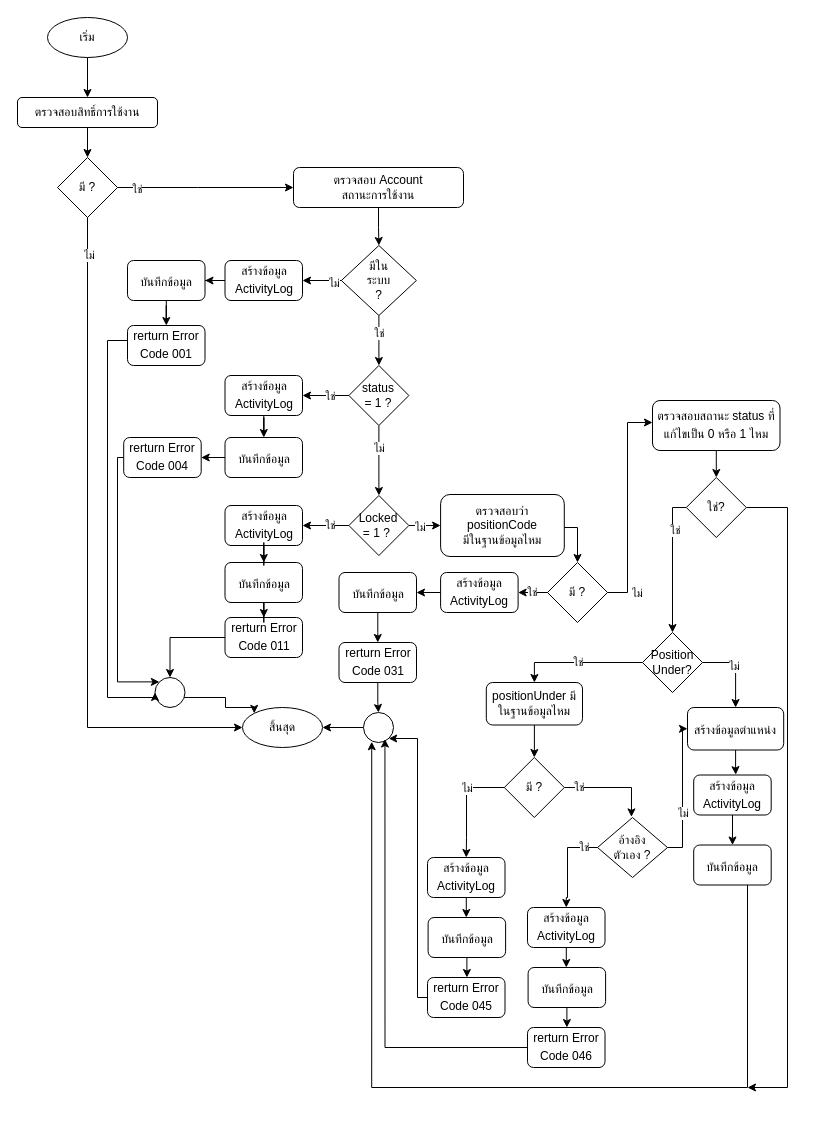
This is page "หน้า-4" (4 of 4) of Position.drawio from charifrodmanee/charifrodmanee, a draw.io file, before an edit. Source tidied: cells renumbered, new cells numbered last; positions are measured from the earlier drawing's top-left corner, leaving out a move shared by most shapes. Both pictures are drawn from the tidied source at 100%, with x=0, y=0 at pixel (17, 17).
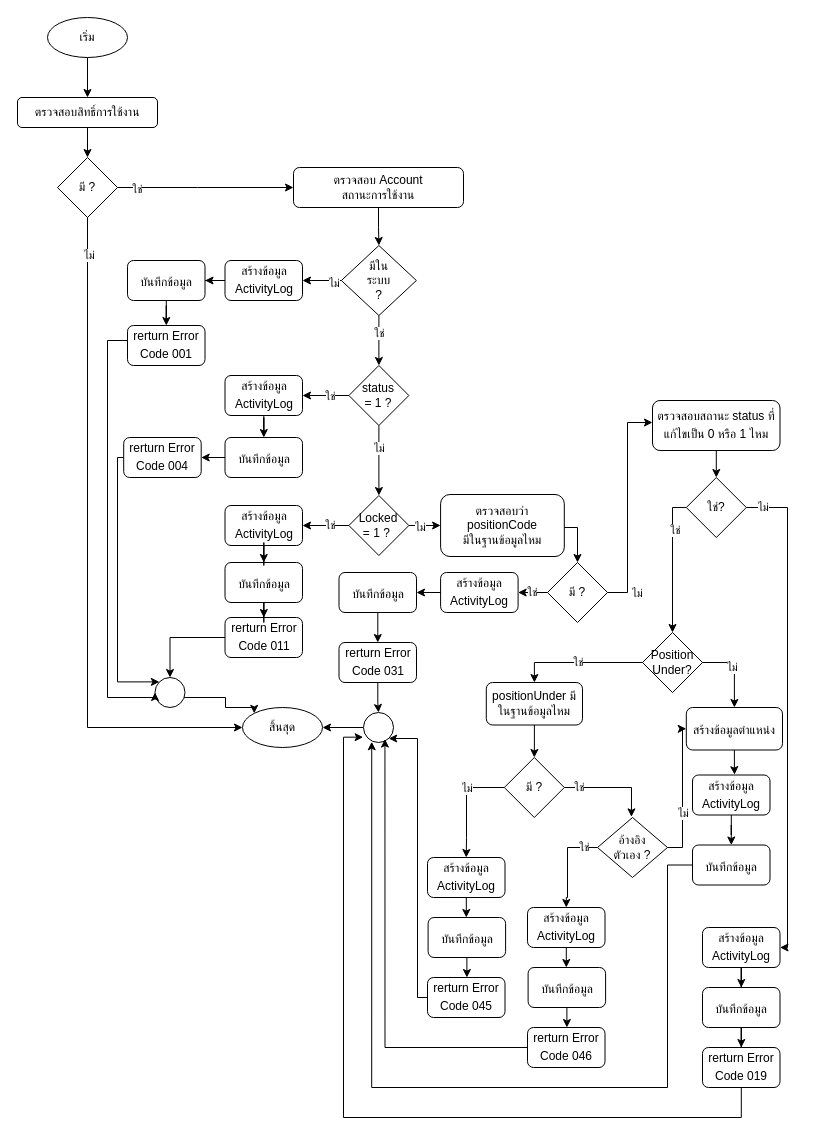
After the change.

The change refers to these unchanged cells:
```xml
<mxCell id="19" style="ellipse;whiteSpace=wrap;html=1;" parent="1" vertex="1">
  <mxGeometry x="346" y="695" width="30" height="30" as="geometry" />
</mxCell>
<mxCell id="96" value="บันทึกข้อมูล&lt;span style=&quot;font-size: medium; text-align: start;&quot;&gt;&lt;/span&gt;" style="rounded=1;whiteSpace=wrap;html=1;" parent="92" vertex="1">
  <mxGeometry x="6.2" y="137.5" width="77.5" height="40" as="geometry" />
</mxCell>
<mxCell id="105" value="ใช่?" style="rhombus;whiteSpace=wrap;html=1;" parent="1" vertex="1">
  <mxGeometry x="668.8" y="460" width="60" height="60" as="geometry" />
</mxCell>
```

Diff of the diagram source:
```diff
@@
     <mxCell id="91" style="edgeStyle=orthogonalEdgeStyle;rounded=0;jettySize=auto;html=1;entryX=0.274;entryY=0.975;entryDx=0;entryDy=0;entryPerimeter=0;" parent="1" edge="1" source="96" target="19">
       <mxGeometry relative="1" as="geometry">
         <Array as="points">
-          <mxPoint x="730" y="1070" />
+          <mxPoint x="650" y="848" />
+          <mxPoint x="650" y="1070" />
           <mxPoint x="354" y="1070" />
         </Array>
       </mxGeometry>
     </mxCell>
     <mxCell id="92" style="group;" parent="1" vertex="1">
-      <mxGeometry x="670" y="690" width="96.2" height="177.5" as="geometry" />
+      <mxGeometry x="668.8" y="690" width="96.2" height="177.5" as="geometry" />
     </mxCell>
@@
-    <mxCell id="104" style="edgeStyle=orthogonalEdgeStyle;rounded=0;jettySize=auto;html=1;" parent="1" edge="1" source="105">
-      <mxGeometry relative="1" as="geometry">
-        <mxPoint x="730" y="1070" as="targetPoint" />
-        <Array as="points">
-          <mxPoint x="770" y="490" />
-          <mxPoint x="770" y="1070" />
-        </Array>
-      </mxGeometry>
-    </mxCell>
+    <mxCell id="106" style="edgeStyle=orthogonalEdgeStyle;rounded=0;jettySize=auto;html=1;entryX=1;entryY=0.5;entryDx=0;entryDy=0;" parent="1" edge="1" source="105" target="109">
+      <mxGeometry relative="1" as="geometry">
+        <Array as="points">
+          <mxPoint x="770" y="490" />
+          <mxPoint x="770" y="930" />
+        </Array>
+      </mxGeometry>
+    </mxCell>
+    <mxCell id="107" value="ไม่" style="edgeLabel;html=1;align=center;verticalAlign=middle;" parent="106" vertex="1">
+      <mxGeometry x="-0.93" y="1" relative="1" as="geometry" />
+    </mxCell>
@@
+    <mxCell id="108" style="edgeStyle=orthogonalEdgeStyle;rounded=0;jettySize=auto;html=1;" parent="1" edge="1" source="109" target="111">
+      <mxGeometry relative="1" as="geometry" />
+    </mxCell>
+    <mxCell id="109" value="สร้างข้อมูล ActivityLog&lt;span style=&quot;font-size: medium; text-align: start;&quot;&gt;&lt;/span&gt;" style="rounded=1;whiteSpace=wrap;html=1;" parent="1" vertex="1">
+      <mxGeometry x="685" y="910" width="77.5" height="40" as="geometry" />
+    </mxCell>
+    <mxCell id="110" style="edgeStyle=orthogonalEdgeStyle;rounded=0;jettySize=auto;html=1;" parent="1" edge="1" source="111" target="113">
+      <mxGeometry relative="1" as="geometry" />
+    </mxCell>
+    <mxCell id="111" value="บันทึกข้อมูล&lt;span style=&quot;font-size: medium; text-align: start;&quot;&gt;&lt;/span&gt;" style="rounded=1;whiteSpace=wrap;html=1;" parent="1" vertex="1">
+      <mxGeometry x="685" y="970" width="77.5" height="40" as="geometry" />
+    </mxCell>
+    <mxCell id="112" style="edgeStyle=orthogonalEdgeStyle;rounded=0;jettySize=auto;html=1;entryX=-0.011;entryY=0.822;entryDx=0;entryDy=0;entryPerimeter=0;" parent="1" edge="1" source="113" target="19">
+      <mxGeometry relative="1" as="geometry">
+        <Array as="points">
+          <mxPoint x="724" y="1100" />
+          <mxPoint x="326" y="1100" />
+          <mxPoint x="326" y="720" />
+        </Array>
+      </mxGeometry>
+    </mxCell>
+    <mxCell id="113" value="rerturn Error Code&amp;nbsp;019&lt;span style=&quot;font-size: medium; text-align: start;&quot;&gt;&lt;/span&gt;" style="rounded=1;whiteSpace=wrap;html=1;" parent="1" vertex="1">
+      <mxGeometry x="685" y="1030" width="77.5" height="40" as="geometry" />
+    </mxCell>
```
